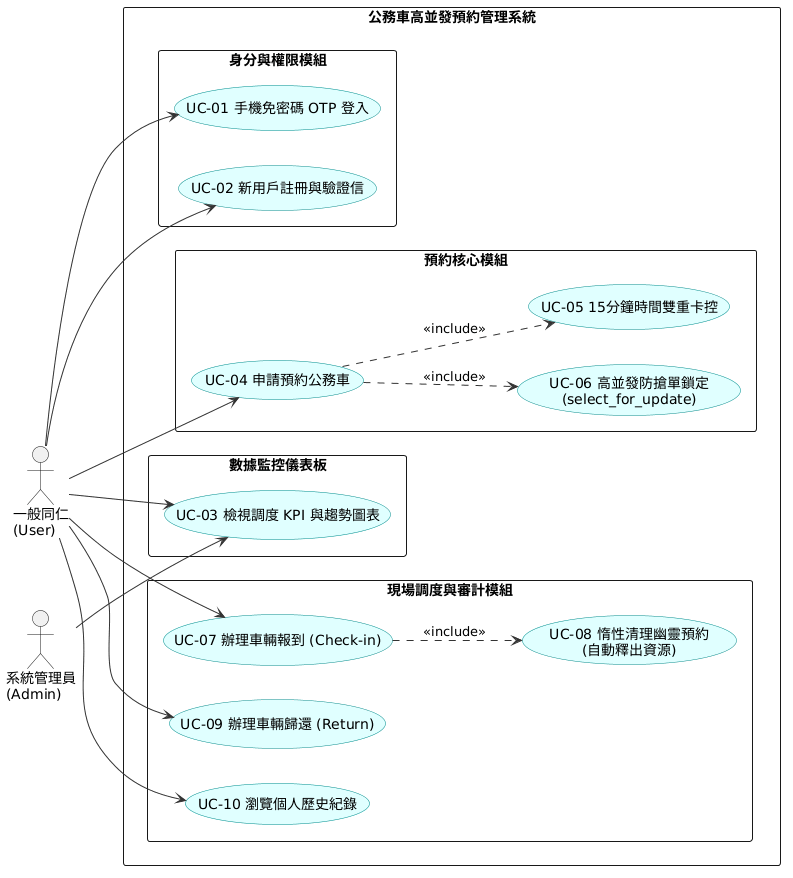
Earlier version of the PlantUML export docs/UML/car_booking_system_use_case.png (hyc-ib/booking_system).
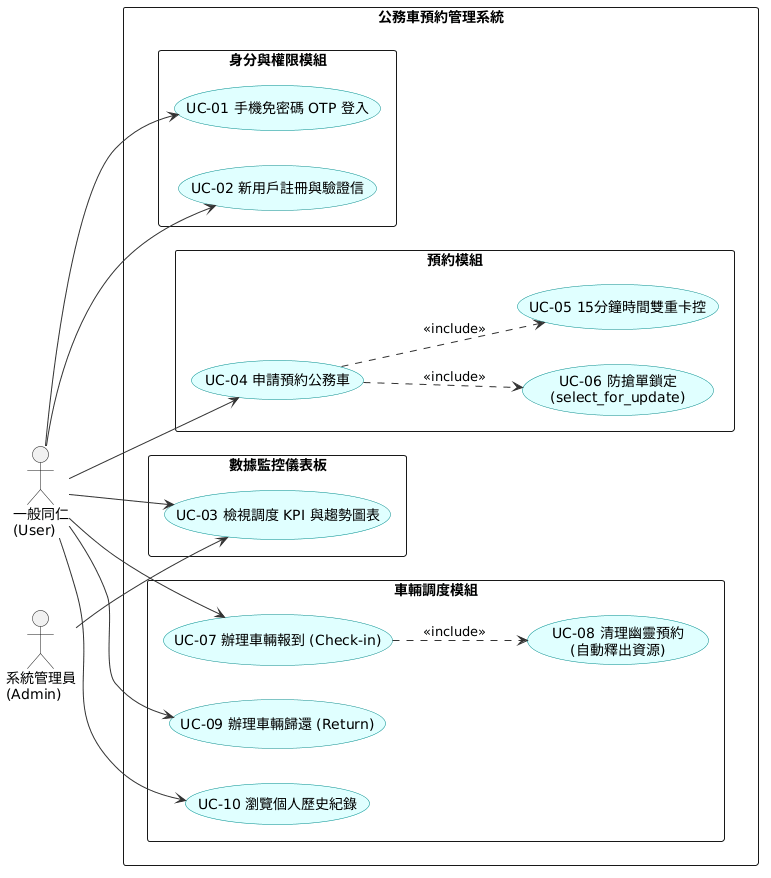
The same diagram one commit later.

Commit message:
docs: update UML diagram

The edit, as a diff of the source:
```diff
@@ -11,7 +11,7 @@
 actor "一般同仁\n(User)" as user
 actor "系統管理員\n(Admin)" as admin
 
-rectangle "公務車高並發預約管理系統" {
+rectangle "公務車預約管理系統" {
 
     package "身分與權限模組" {
         usecase "UC-01 手機免密碼 OTP 登入" as uc_otp
@@ -22,15 +22,15 @@
         usecase "UC-03 檢視調度 KPI 與趨勢圖表" as uc_dash
     }
 
-    package "預約核心模組" {
+    package "預約模組" {
         usecase "UC-04 申請預約公務車" as uc_reserve
         usecase "UC-05 15分鐘時間雙重卡控" as uc_time
-        usecase "UC-06 高並發防搶單鎖定\n(select_for_update)" as uc_lock
+        usecase "UC-06 防搶單鎖定\n(select_for_update)" as uc_lock
     }
 
-    package "現場調度與審計模組" {
+    package "車輛調度模組" {
         usecase "UC-07 辦理車輛報到 (Check-in)" as uc_checkin
-        usecase "UC-08 惰性清理幽靈預約\n(自動釋出資源)" as uc_lazy
+        usecase "UC-08 清理幽靈預約\n(自動釋出資源)" as uc_lazy
         usecase "UC-09 辦理車輛歸還 (Return)" as uc_return
         usecase "UC-10 瀏覽個人歷史紀錄" as uc_history
     }
```
